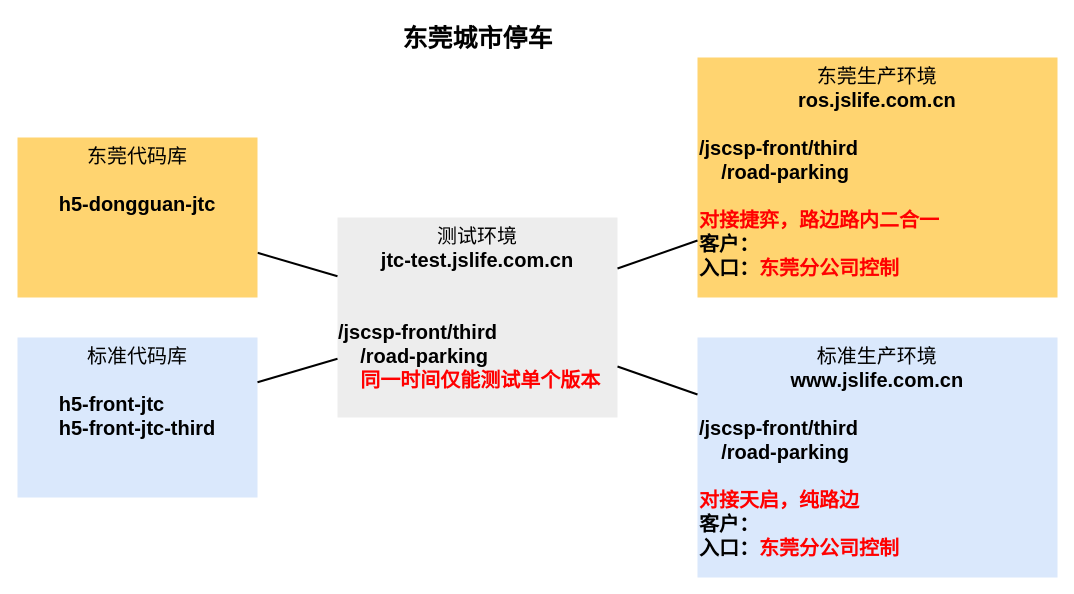
Above: dongguan-city-parking.drawio in zhaojiami/zhaojiami.github.io (draw.io), before the change. Source tidied: cells renumbered, new cells numbered last; positions are measured from the earlier drawing's top-left corner, leaving out a move shared by most shapes. Both pictures are drawn from the tidied source at 100%, with x=0, y=0 at pixel (17, 17).
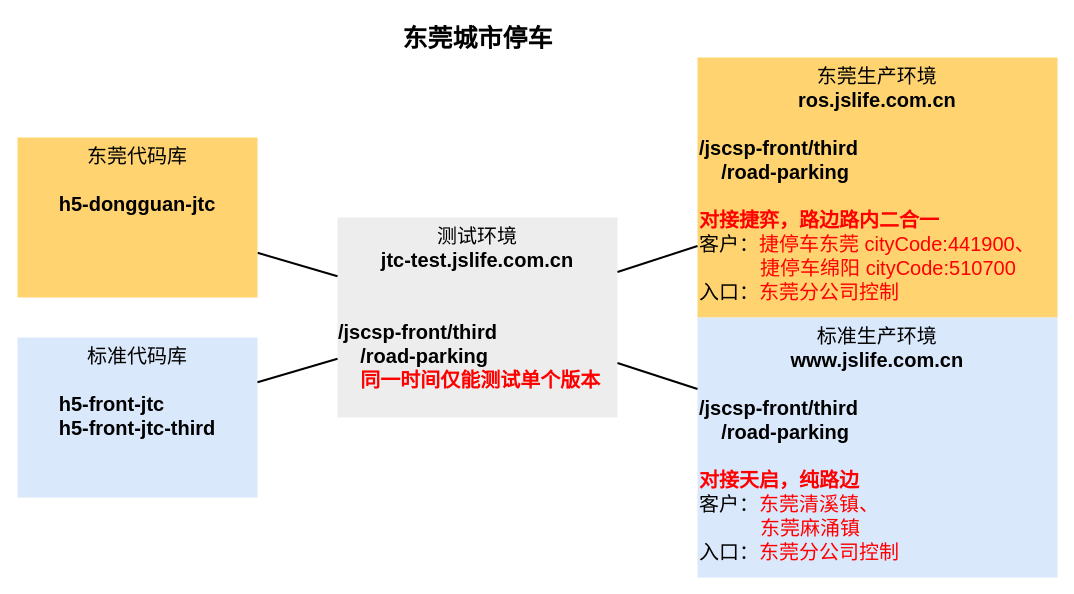
The same page after the edit.

What changed in the source:
```diff
@@
 <mxGraphModel>
   <root>
     <mxCell id="0" />
     <mxCell id="1" parent="0" />
-    <mxCell id="2" value="&lt;div style=&quot;text-align: center&quot;&gt;&lt;span&gt;东莞生产环境&lt;/span&gt;&lt;/div&gt;&lt;b&gt;&lt;div style=&quot;text-align: center&quot;&gt;&lt;b&gt;ros.jslife.com.cn&lt;/b&gt;&lt;/div&gt;&lt;/b&gt;&lt;b&gt;&amp;nbsp; &amp;nbsp; &amp;nbsp; &amp;nbsp; &amp;nbsp; &amp;nbsp; &amp;nbsp; &amp;nbsp; &amp;nbsp; &amp;nbsp; &amp;nbsp; &amp;nbsp; &amp;nbsp; &amp;nbsp; &amp;nbsp; &amp;nbsp; &amp;nbsp; &amp;nbsp; &amp;nbsp; &amp;nbsp; &amp;nbsp; &amp;nbsp; &amp;nbsp; &amp;nbsp; &amp;nbsp; &amp;nbsp; &amp;nbsp; &amp;nbsp; &amp;nbsp; &amp;nbsp; &amp;nbsp; &amp;nbsp;&amp;nbsp;&lt;/b&gt;&lt;b&gt;&lt;br&gt;&lt;div&gt;&lt;div style=&quot;font-weight: 400&quot;&gt;&lt;b&gt;/jscsp-front/third&lt;/b&gt;&lt;/div&gt;&lt;div style=&quot;font-weight: 400&quot;&gt;&lt;b&gt;&amp;nbsp; &amp;nbsp; /road-parking&lt;/b&gt;&lt;/div&gt;&lt;/div&gt;&lt;div&gt;&lt;b&gt;&lt;font color=&quot;#ff0000&quot;&gt;&lt;br&gt;&lt;/font&gt;&lt;/b&gt;&lt;/div&gt;&lt;div&gt;&lt;b&gt;&lt;font color=&quot;#ff0000&quot;&gt;对接捷弈，路边路内二合一&lt;/font&gt;&lt;/b&gt;&lt;br&gt;&lt;/div&gt;&lt;div&gt;&lt;b&gt;客户：&lt;/b&gt;&lt;/div&gt;&lt;div&gt;&lt;b&gt;入口：&lt;font color=&quot;#ff0000&quot;&gt;东莞分公司控制&lt;/font&gt;&lt;/b&gt;&lt;/div&gt;&lt;/b&gt;" style="whiteSpace=wrap;html=1;fontSize=20;strokeColor=none;verticalAlign=top;fillColor=#FFD470;align=left;" parent="1" vertex="1">
-      <mxGeometry x="680" y="40" width="360" height="240" as="geometry" />
+    <mxCell id="2" value="&lt;div style=&quot;text-align: center&quot;&gt;&lt;span&gt;东莞生产环境&lt;/span&gt;&lt;/div&gt;&lt;b&gt;&lt;div style=&quot;text-align: center&quot;&gt;&lt;b&gt;ros.jslife.com.cn&lt;/b&gt;&lt;/div&gt;&lt;/b&gt;&lt;b&gt;&amp;nbsp; &amp;nbsp; &amp;nbsp; &amp;nbsp; &amp;nbsp; &amp;nbsp; &amp;nbsp; &amp;nbsp; &amp;nbsp; &amp;nbsp; &amp;nbsp; &amp;nbsp; &amp;nbsp; &amp;nbsp; &amp;nbsp; &amp;nbsp; &amp;nbsp; &amp;nbsp; &amp;nbsp; &amp;nbsp; &amp;nbsp; &amp;nbsp; &amp;nbsp; &amp;nbsp; &amp;nbsp; &amp;nbsp; &amp;nbsp; &amp;nbsp; &amp;nbsp; &amp;nbsp; &amp;nbsp; &amp;nbsp;&amp;nbsp;&lt;/b&gt;&lt;br&gt;&lt;div style=&quot;font-weight: bold&quot;&gt;&lt;div style=&quot;font-weight: 400&quot;&gt;&lt;b&gt;/jscsp-front/third&lt;/b&gt;&lt;/div&gt;&lt;div style=&quot;font-weight: 400&quot;&gt;&lt;b&gt;&amp;nbsp; &amp;nbsp; /road-parking&lt;/b&gt;&lt;/div&gt;&lt;/div&gt;&lt;div style=&quot;font-weight: bold&quot;&gt;&lt;b&gt;&lt;font color=&quot;#ff0000&quot;&gt;&lt;br&gt;&lt;/font&gt;&lt;/b&gt;&lt;/div&gt;&lt;div style=&quot;font-weight: bold&quot;&gt;&lt;b&gt;&lt;font color=&quot;#ff0000&quot;&gt;对接捷弈，路边路内二合一&lt;/font&gt;&lt;/b&gt;&lt;br&gt;&lt;/div&gt;&lt;div&gt;客户：&lt;font color=&quot;#ff0000&quot;&gt;捷停车东莞 cityCode:441900、&lt;/font&gt;&lt;/div&gt;&lt;div&gt;&lt;font color=&quot;#ff0000&quot;&gt;&amp;nbsp; &amp;nbsp; &amp;nbsp; &amp;nbsp; &amp;nbsp; &amp;nbsp;捷停车绵阳 cityCode:510700&lt;/font&gt;&lt;/div&gt;&lt;div&gt;入口：&lt;font color=&quot;#ff0000&quot;&gt;东莞分公司控制&lt;/font&gt;&lt;/div&gt;" style="whiteSpace=wrap;html=1;fontSize=20;strokeColor=none;verticalAlign=top;fillColor=#FFD470;align=left;" parent="1" vertex="1">
+      <mxGeometry x="680" y="40" width="360" height="260" as="geometry" />
     </mxCell>
-    <mxCell id="3" value="&lt;div style=&quot;text-align: center&quot;&gt;&lt;span&gt;标准生产环境&lt;/span&gt;&lt;/div&gt;&lt;b&gt;&lt;div style=&quot;text-align: center&quot;&gt;&lt;b&gt;www.jslife.com.cn&lt;/b&gt;&lt;/div&gt;&amp;nbsp; &amp;nbsp; &amp;nbsp; &amp;nbsp; &amp;nbsp; &amp;nbsp; &amp;nbsp; &amp;nbsp; &amp;nbsp; &amp;nbsp; &amp;nbsp; &amp;nbsp; &amp;nbsp; &amp;nbsp; &amp;nbsp; &amp;nbsp; &amp;nbsp; &amp;nbsp; &amp;nbsp; &amp;nbsp; &amp;nbsp; &amp;nbsp; &amp;nbsp; &amp;nbsp; &amp;nbsp; &amp;nbsp; &amp;nbsp; &amp;nbsp; &amp;nbsp; &amp;nbsp; &amp;nbsp; &amp;nbsp;&amp;nbsp;&lt;br&gt;&lt;/b&gt;&lt;b&gt;&lt;div&gt;&lt;div style=&quot;font-weight: 400&quot;&gt;&lt;b&gt;/jscsp-front/third&lt;/b&gt;&lt;/div&gt;&lt;div style=&quot;font-weight: 400&quot;&gt;&lt;b&gt;&amp;nbsp; &amp;nbsp; /road-parking&lt;/b&gt;&lt;/div&gt;&lt;/div&gt;&lt;div&gt;&lt;b&gt;&lt;font color=&quot;#ff0000&quot;&gt;&lt;br&gt;&lt;/font&gt;&lt;/b&gt;&lt;/div&gt;&lt;div&gt;&lt;b&gt;&lt;font color=&quot;#ff0000&quot;&gt;对接天启，纯路边&lt;/font&gt;&lt;/b&gt;&lt;/div&gt;&lt;div&gt;&lt;b&gt;客户：&lt;/b&gt;&lt;/div&gt;&lt;div&gt;&lt;b&gt;入口：&lt;font color=&quot;#ff0000&quot;&gt;东莞分公司控制&lt;/font&gt;&lt;/b&gt;&lt;/div&gt;&lt;/b&gt;" style="whiteSpace=wrap;html=1;fontSize=20;strokeColor=none;verticalAlign=top;fillColor=#DAE8FC;align=left;" parent="1" vertex="1">
-      <mxGeometry x="680" y="320" width="360" height="240" as="geometry" />
+    <mxCell id="3" value="&lt;div style=&quot;text-align: center&quot;&gt;&lt;span&gt;标准生产环境&lt;/span&gt;&lt;/div&gt;&lt;b&gt;&lt;div style=&quot;text-align: center&quot;&gt;&lt;b&gt;www.jslife.com.cn&lt;/b&gt;&lt;/div&gt;&amp;nbsp; &amp;nbsp; &amp;nbsp; &amp;nbsp; &amp;nbsp; &amp;nbsp; &amp;nbsp; &amp;nbsp; &amp;nbsp; &amp;nbsp; &amp;nbsp; &amp;nbsp; &amp;nbsp; &amp;nbsp; &amp;nbsp; &amp;nbsp; &amp;nbsp; &amp;nbsp; &amp;nbsp; &amp;nbsp; &amp;nbsp; &amp;nbsp; &amp;nbsp; &amp;nbsp; &amp;nbsp; &amp;nbsp; &amp;nbsp; &amp;nbsp; &amp;nbsp; &amp;nbsp; &amp;nbsp; &amp;nbsp;&amp;nbsp;&lt;br&gt;&lt;/b&gt;&lt;div style=&quot;font-weight: bold&quot;&gt;&lt;div style=&quot;font-weight: 400&quot;&gt;&lt;b&gt;/jscsp-front/third&lt;/b&gt;&lt;/div&gt;&lt;div style=&quot;font-weight: 400&quot;&gt;&lt;b&gt;&amp;nbsp; &amp;nbsp; /road-parking&lt;/b&gt;&lt;/div&gt;&lt;/div&gt;&lt;div style=&quot;font-weight: bold&quot;&gt;&lt;b&gt;&lt;font color=&quot;#ff0000&quot;&gt;&lt;br&gt;&lt;/font&gt;&lt;/b&gt;&lt;/div&gt;&lt;div style=&quot;font-weight: bold&quot;&gt;&lt;b&gt;&lt;font color=&quot;#ff0000&quot;&gt;对接天启，纯路边&lt;/font&gt;&lt;/b&gt;&lt;/div&gt;&lt;div&gt;客户：&lt;font color=&quot;#ff0000&quot;&gt;东莞清溪镇、&lt;/font&gt;&lt;/div&gt;&lt;div&gt;&lt;font color=&quot;#ff0000&quot;&gt;&amp;nbsp; &amp;nbsp; &amp;nbsp; &amp;nbsp; &amp;nbsp; &amp;nbsp;东莞麻涌镇&lt;/font&gt;&lt;/div&gt;&lt;div&gt;入口：&lt;font color=&quot;#ff0000&quot;&gt;东莞分公司控制&lt;/font&gt;&lt;/div&gt;" style="whiteSpace=wrap;html=1;fontSize=20;strokeColor=none;verticalAlign=top;fillColor=#DAE8FC;align=left;" parent="1" vertex="1">
+      <mxGeometry x="680" y="300" width="360" height="260" as="geometry" />
     </mxCell>
     <mxCell id="4" value="测试环境&lt;br&gt;&lt;b&gt;jtc-test.jslife.com.cn&lt;/b&gt;&lt;br&gt;&amp;nbsp; &amp;nbsp; &amp;nbsp; &amp;nbsp; &amp;nbsp; &amp;nbsp; &amp;nbsp; &amp;nbsp; &amp;nbsp; &amp;nbsp; &amp;nbsp; &amp;nbsp; &amp;nbsp; &amp;nbsp; &amp;nbsp; &amp;nbsp; &amp;nbsp; &amp;nbsp; &amp;nbsp; &amp;nbsp; &amp;nbsp; &amp;nbsp; &amp;nbsp; &amp;nbsp; &amp;nbsp; &amp;nbsp; &amp;nbsp; &amp;nbsp; &amp;nbsp;&lt;br&gt;&lt;div style=&quot;text-align: left&quot;&gt;&lt;span&gt;&lt;b&gt;/jscsp-front/third&lt;/b&gt;&lt;/span&gt;&lt;/div&gt;&lt;div style=&quot;text-align: left&quot;&gt;&lt;span&gt;&lt;b&gt;&amp;nbsp; &amp;nbsp; /road-parking&lt;/b&gt;&lt;/span&gt;&lt;/div&gt;&lt;div style=&quot;text-align: left&quot;&gt;&lt;b&gt;&amp;nbsp; &amp;nbsp; &lt;font color=&quot;#ff0000&quot;&gt;同一时间仅能测试单个版本&lt;/font&gt;&lt;/b&gt;&lt;/div&gt;" style="whiteSpace=wrap;html=1;fillColor=#EDEDED;fontSize=20;strokeColor=none;verticalAlign=top;" parent="1" vertex="1">
       <mxGeometry x="320" y="200" width="280" height="200" as="geometry" />
     </mxCell>
     <mxCell id="5" value="标准代码库&lt;br&gt;&lt;br&gt;&lt;div style=&quot;text-align: left&quot;&gt;&lt;b&gt;h5-front-jtc&lt;/b&gt;&lt;/div&gt;&lt;b&gt;&lt;div style=&quot;text-align: left&quot;&gt;&lt;b&gt;h5-front-jtc-third&lt;/b&gt;&lt;/div&gt;&lt;/b&gt;" style="whiteSpace=wrap;html=1;fillColor=#dae8fc;fontSize=20;strokeColor=none;verticalAlign=top;" parent="1" vertex="1">
       <mxGeometry y="320" width="240" height="160" as="geometry" />
     </mxCell>
     <mxCell id="6" style="rounded=0;jettySize=auto;html=1;fontSize=14;strokeWidth=2;endFill=0;endArrow=none;endSize=10;startSize=10;" parent="1" edge="1" source="7" target="4">
       <mxGeometry relative="1" as="geometry" />
     </mxCell>
     <mxCell id="7" value="东莞代码库&lt;br&gt;&lt;br&gt;&lt;div style=&quot;text-align: left&quot;&gt;&lt;b&gt;h5-dongguan-jtc&lt;/b&gt;&lt;/div&gt;" style="whiteSpace=wrap;html=1;fillColor=#FFD470;gradientColor=none;fontSize=20;strokeColor=none;verticalAlign=top;" parent="1" vertex="1">
       <mxGeometry y="120" width="240" height="160" as="geometry" />
     </mxCell>
     <mxCell id="8" style="edgeStyle=none;rounded=0;html=1;startSize=10;endSize=10;jettySize=auto;fontSize=14;endArrow=none;endFill=0;strokeWidth=2;" parent="1" edge="1" source="5" target="4">
       <mxGeometry relative="1" as="geometry" />
     </mxCell>
     <mxCell id="9" style="edgeStyle=none;rounded=0;html=1;startSize=10;endSize=10;jettySize=auto;orthogonalLoop=1;fontSize=14;endArrow=none;endFill=0;strokeWidth=2;" parent="1" edge="1">
       <mxGeometry relative="1" as="geometry">
         <mxPoint x="759" y="365.9" as="targetPoint" />
       </mxGeometry>
     </mxCell>
     <mxCell id="10" style="edgeStyle=orthogonalEdgeStyle;rounded=0;orthogonalLoop=1;jettySize=auto;html=1;" parent="1" edge="1">
       <mxGeometry relative="1" as="geometry">
         <mxPoint x="679" y="202.5" as="targetPoint" />
       </mxGeometry>
     </mxCell>
     <mxCell id="11" style="edgeStyle=none;rounded=0;html=1;startSize=10;endSize=10;jettySize=auto;fontSize=14;endArrow=none;endFill=0;strokeWidth=2;" parent="1" edge="1" source="4" target="2">
       <mxGeometry relative="1" as="geometry" />
     </mxCell>
     <mxCell id="12" style="edgeStyle=none;rounded=0;html=1;startSize=10;endSize=10;jettySize=auto;fontSize=14;endArrow=none;endFill=0;strokeWidth=2;" parent="1" edge="1" source="4" target="3">
       <mxGeometry relative="1" as="geometry" />
     </mxCell>
     <mxCell id="13" value="东莞城市停车" style="text;strokeColor=none;fillColor=none;html=1;fontSize=25;fontStyle=1;verticalAlign=middle;align=center;" parent="1" vertex="1">
       <mxGeometry x="29.5" width="861" height="40" as="geometry" />
     </mxCell>
   </root>
 </mxGraphModel>
```
